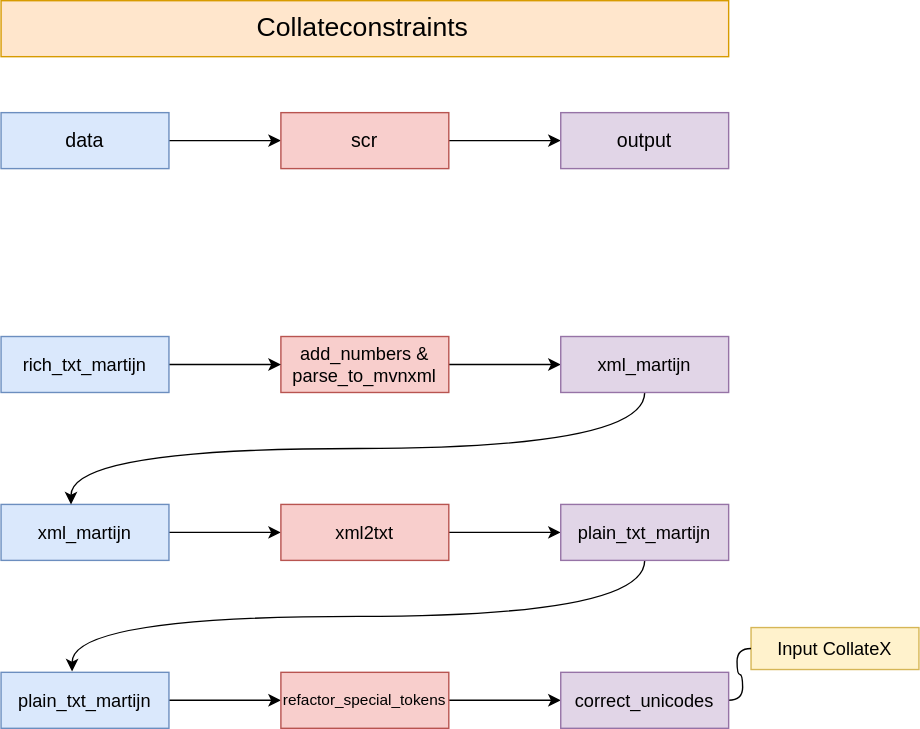
This is flowchart.drawio.svg from SofieMoors/collateconstraints, a draw.io export, as it was before one commit. Source tidied: cells renumbered, new cells last; positions are measured from the earlier drawing's top-left corner, leaving out a move shared by most shapes.
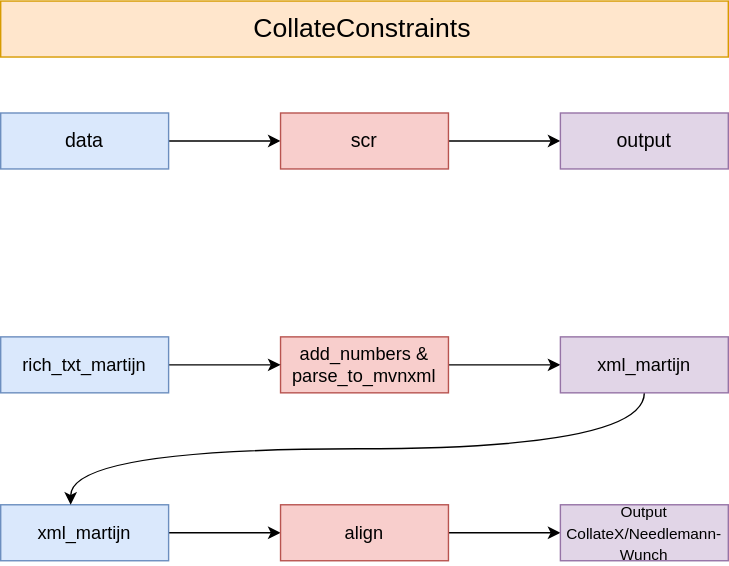
The same file after the commit.

What changed in the source:
```diff
@@ -49,46 +49,17 @@
     <mxCell id="15" style="edgeStyle=orthogonalEdgeStyle;rounded=0;jettySize=auto;html=1;strokeColor=#000000;curved=1;" parent="1" edge="1" source="16" target="18">
       <mxGeometry relative="1" as="geometry" />
     </mxCell>
-    <mxCell id="16" value="xml2txt" style="whiteSpace=wrap;html=1;fillColor=#f8cecc;strokeColor=#b85450;rounded=0;glass=0;strokeWidth=1;shadow=0;fontSize=13;" parent="1" vertex="1">
+    <mxCell id="16" value="align" style="whiteSpace=wrap;html=1;fillColor=#f8cecc;strokeColor=#b85450;rounded=0;glass=0;strokeWidth=1;shadow=0;fontSize=13;" parent="1" vertex="1">
       <mxGeometry x="200" y="360" width="120" height="40" as="geometry" />
     </mxCell>
-    <mxCell id="17" style="edgeStyle=orthogonalEdgeStyle;curved=1;jettySize=auto;html=1;entryX=0.423;entryY=-0.015;entryDx=0;entryDy=0;entryPerimeter=0;" parent="1" edge="1" source="18" target="20">
-      <mxGeometry relative="1" as="geometry">
-        <Array as="points">
-          <mxPoint x="460" y="440" />
-          <mxPoint x="51" y="440" />
-        </Array>
-      </mxGeometry>
-    </mxCell>
-    <mxCell id="18" value="plain_txt_martijn" style="whiteSpace=wrap;html=1;fillColor=#e1d5e7;strokeColor=#9673a6;rounded=0;glass=0;strokeWidth=1;shadow=0;fontSize=13;" parent="1" vertex="1">
+    <mxCell id="18" value="&lt;font style=&quot;font-size: 11px;&quot;&gt;Output CollateX/Needlemann- Wunch&lt;/font&gt;" style="whiteSpace=wrap;html=1;fillColor=#e1d5e7;strokeColor=#9673a6;rounded=0;glass=0;strokeWidth=1;shadow=0;fontSize=13;" parent="1" vertex="1">
       <mxGeometry x="400" y="360" width="120" height="40" as="geometry" />
     </mxCell>
-    <mxCell id="19" style="edgeStyle=orthogonalEdgeStyle;rounded=0;jettySize=auto;html=1;strokeColor=#000000;curved=1;" parent="1" edge="1" source="20" target="22">
-      <mxGeometry relative="1" as="geometry" />
-    </mxCell>
-    <mxCell id="20" value="plain_txt_martijn" style="rounded=0;whiteSpace=wrap;html=1;fillColor=#dae8fc;strokeColor=#6c8ebf;fontSize=13;" parent="1" vertex="1">
-      <mxGeometry y="480" width="120" height="40" as="geometry" />
-    </mxCell>
-    <mxCell id="21" style="edgeStyle=orthogonalEdgeStyle;rounded=0;jettySize=auto;html=1;strokeColor=#000000;curved=1;" parent="1" edge="1" source="22" target="27">
-      <mxGeometry relative="1" as="geometry" />
-    </mxCell>
-    <mxCell id="22" value="refactor_special_tokens" style="whiteSpace=wrap;html=1;rounded=0;fillColor=#f8cecc;strokeColor=#b85450;fontSize=11;" parent="1" vertex="1">
-      <mxGeometry x="200" y="480" width="120" height="40" as="geometry" />
-    </mxCell>
     <mxCell id="23" style="edgeStyle=orthogonalEdgeStyle;rounded=0;orthogonalLoop=1;jettySize=auto;html=1;exitX=0.5;exitY=1;exitDx=0;exitDy=0;fontSize=10;strokeColor=#000000;curved=1;" parent="1" edge="1" source="3" target="3">
       <mxGeometry relative="1" as="geometry" />
     </mxCell>
-    <mxCell id="24" value="&lt;font style=&quot;font-size: 19px;&quot;&gt;Collateconstraints&lt;/font&gt;&amp;nbsp;" style="rounded=0;whiteSpace=wrap;html=1;fontSize=10;fillColor=#ffe6cc;strokeColor=#d79b00;" parent="1" vertex="1">
+    <mxCell id="24" value="&lt;font style=&quot;font-size: 19px;&quot;&gt;CollateConstraints&lt;/font&gt;&amp;nbsp;" style="rounded=0;whiteSpace=wrap;html=1;fontSize=10;fillColor=#ffe6cc;strokeColor=#d79b00;" parent="1" vertex="1">
       <mxGeometry width="520" height="40" as="geometry" />
     </mxCell>
-    <mxCell id="25" value="Input CollateX" style="whiteSpace=wrap;html=1;rounded=0;arcSize=50;align=center;verticalAlign=middle;strokeWidth=1;spacing=4;newEdgeStyle={&quot;edgeStyle&quot;:&quot;entityRelationEdgeStyle&quot;,&quot;startArrow&quot;:&quot;none&quot;,&quot;endArrow&quot;:&quot;none&quot;,&quot;segment&quot;:10,&quot;curved&quot;:1};fontSize=13;fillColor=#fff2cc;strokeColor=#d6b656;" parent="1" vertex="1">
-      <mxGeometry x="536" y="448" width="120" height="30" as="geometry" />
-    </mxCell>
-    <mxCell id="26" style="edgeStyle=entityRelationEdgeStyle;startArrow=none;endArrow=none;segment=10;curved=1;rounded=0;fontSize=13;strokeColor=#000000;exitX=1;exitY=0.5;exitDx=0;exitDy=0;" parent="1" edge="1" source="27" target="25">
-      <mxGeometry relative="1" as="geometry" />
-    </mxCell>
-    <mxCell id="27" value="correct_unicodes" style="whiteSpace=wrap;html=1;rounded=0;fillColor=#e1d5e7;strokeColor=#9673a6;fontSize=13;" parent="1" vertex="1">
-      <mxGeometry x="400" y="480" width="120" height="40" as="geometry" />
-    </mxCell>
   </root>
 </mxGraphModel>
```
